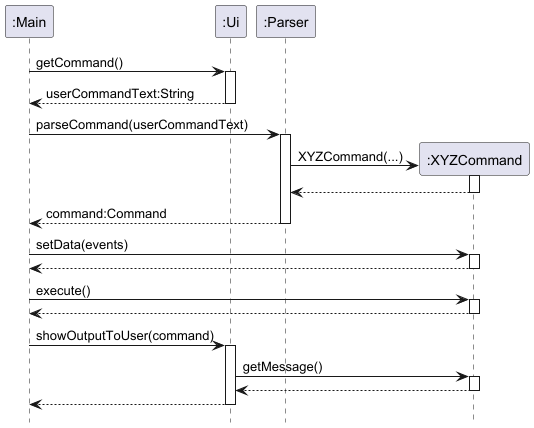
The PlantUML diagram docs/images/CommandSequenceDiagram.png in nus-cs2113-AY2425S1/tp, before a commit.
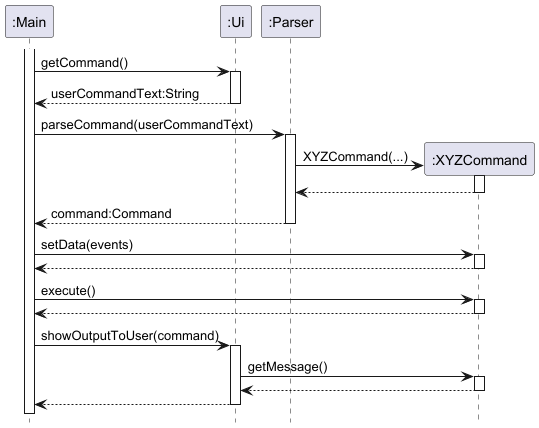
The same file after the commit.

What changed in the source:
```diff
@@ -6,6 +6,8 @@
 participant ":Ui"  as ui
 participant ":Parser"  as parser
 participant ":XYZCommand" as xyzCommand
+
+activate main
 
 main -> ui : getCommand()
 activate ui
```
